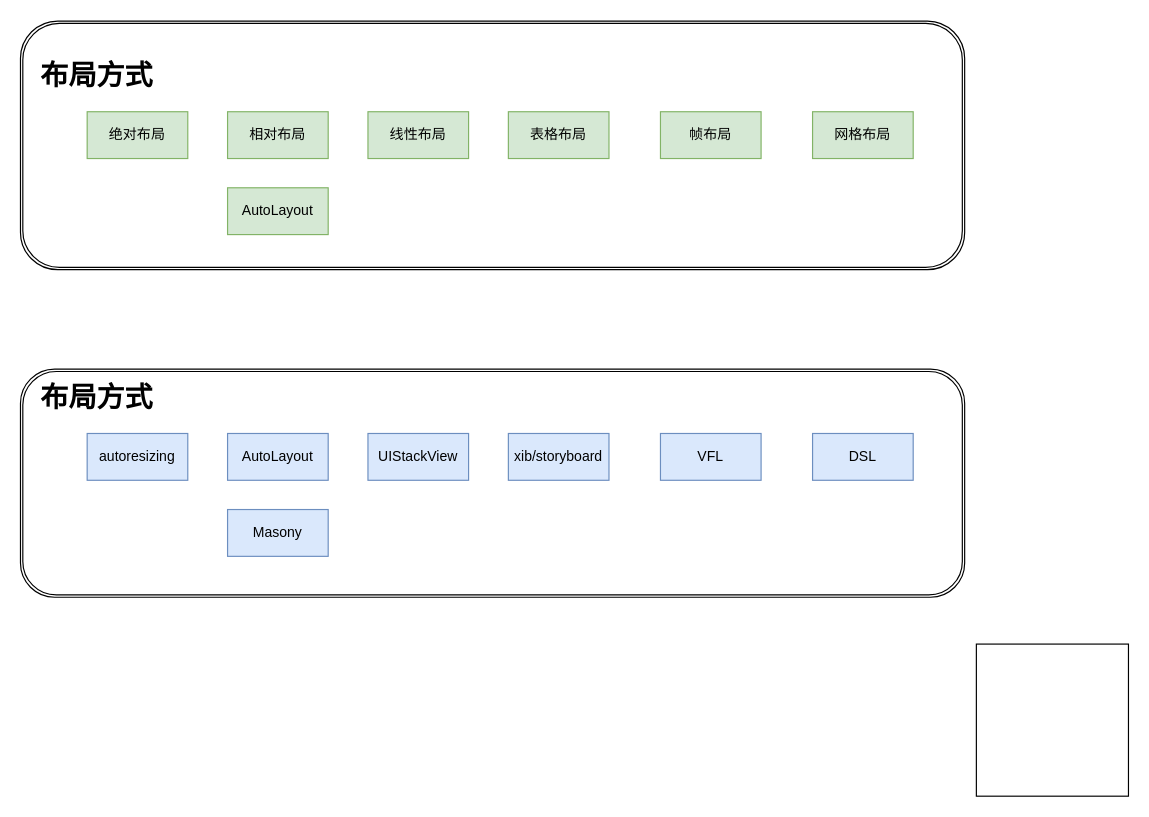
Before: Untitled Diagram.drawio in zhoujian12/iOSAPPProjectData, a draw.io diagram. Source tidied: cells renumbered, new cells numbered last; positions are measured from the earlier drawing's top-left corner, leaving out a move shared by most shapes. Both pictures are drawn from the tidied source at 117%, with x=0, y=0 at pixel (20, 21).
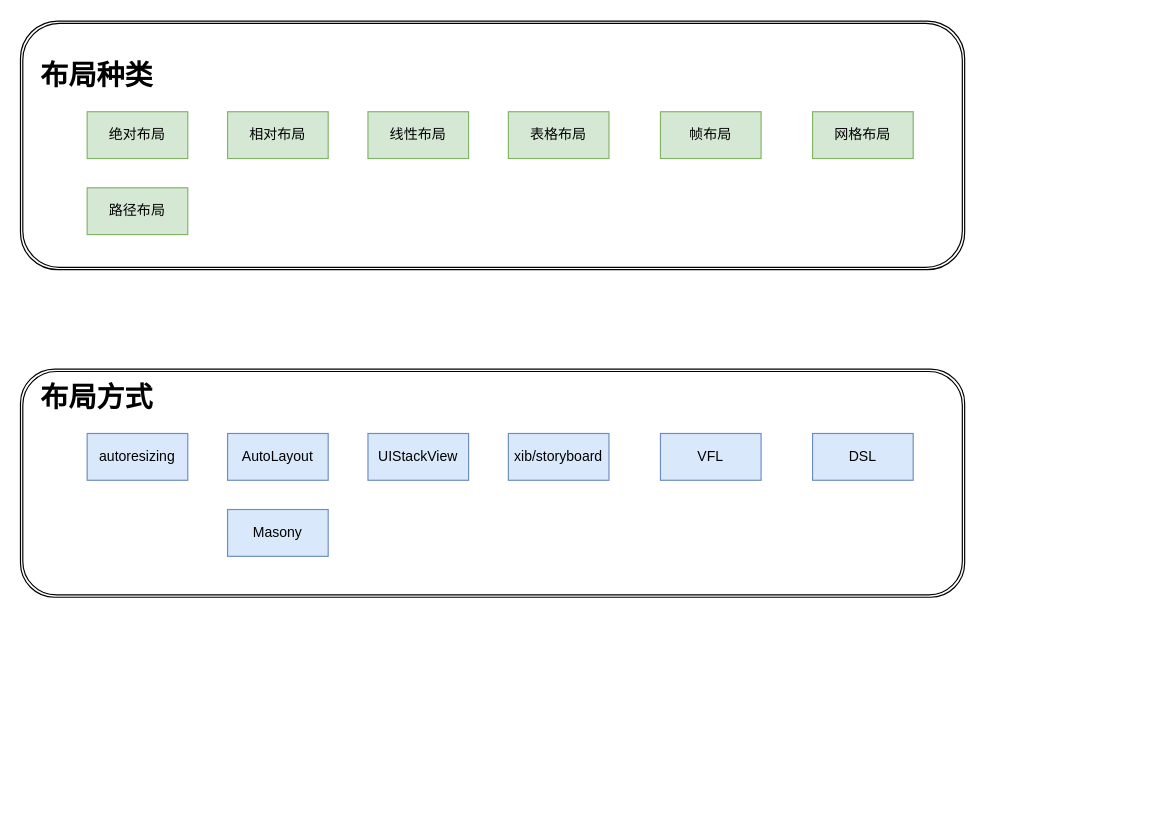
Above is the later version.

The edit, as a diff of the source:
```diff
@@
-<mxGraphModel background="#ffffff">
+<mxGraphModel>
@@
-    <mxCell id="14" value="AutoLayout" style="rounded=0;whiteSpace=wrap;html=1;fillColor=#d5e8d4;strokeColor=#82b366;" parent="1" vertex="1">
-      <mxGeometry x="177" y="142" width="86" height="40" as="geometry" />
-    </mxCell>
@@
-    <mxCell id="18" value="布局方式" style="text;strokeColor=none;fillColor=none;html=1;fontSize=24;fontStyle=1;verticalAlign=middle;align=center;" parent="1" vertex="1">
+    <mxCell id="18" value="布局种类" style="text;strokeColor=none;fillColor=none;html=1;fontSize=24;fontStyle=1;verticalAlign=middle;align=center;" parent="1" vertex="1">
       <mxGeometry y="27" width="130" height="40" as="geometry" />
     </mxCell>
@@
-    <mxCell id="20" style="whiteSpace=wrap;html=1;" parent="1" vertex="1">
-      <mxGeometry x="817" y="532" width="130" height="130" as="geometry" />
-    </mxCell>
+    <mxCell id="21" value="路径布局" style="rounded=0;whiteSpace=wrap;html=1;fillColor=#d5e8d4;strokeColor=#82b366;" parent="1" vertex="1">
+      <mxGeometry x="57" y="142" width="86" height="40" as="geometry" />
+    </mxCell>
```
